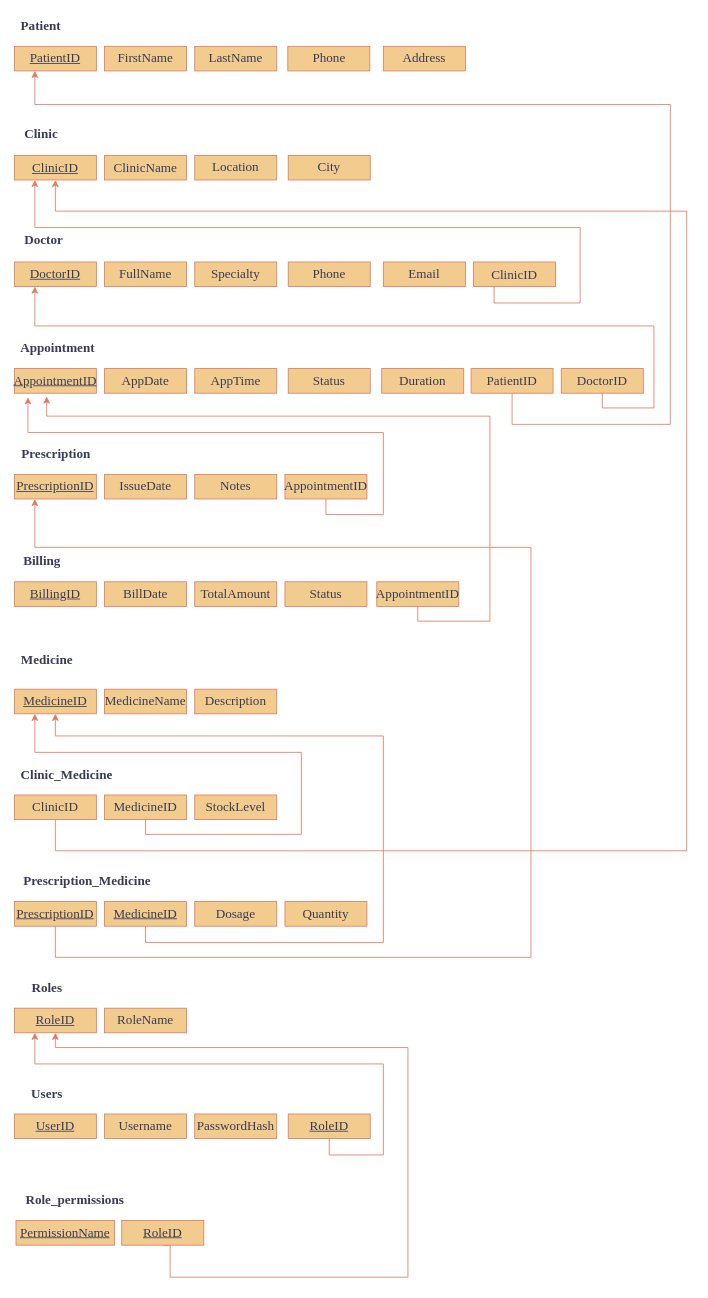
This is page "Page-13" (14 of 16) of Untitled Diagram.drawio from FatimahAli313/Project_1, a draw.io file, before an edit. Source tidied: cells renumbered, new cells numbered last; positions are measured from the earlier drawing's top-left corner, leaving out a move shared by most shapes. Both pictures are drawn from the tidied source at 82%, with x=0, y=0 at pixel (14, 14).
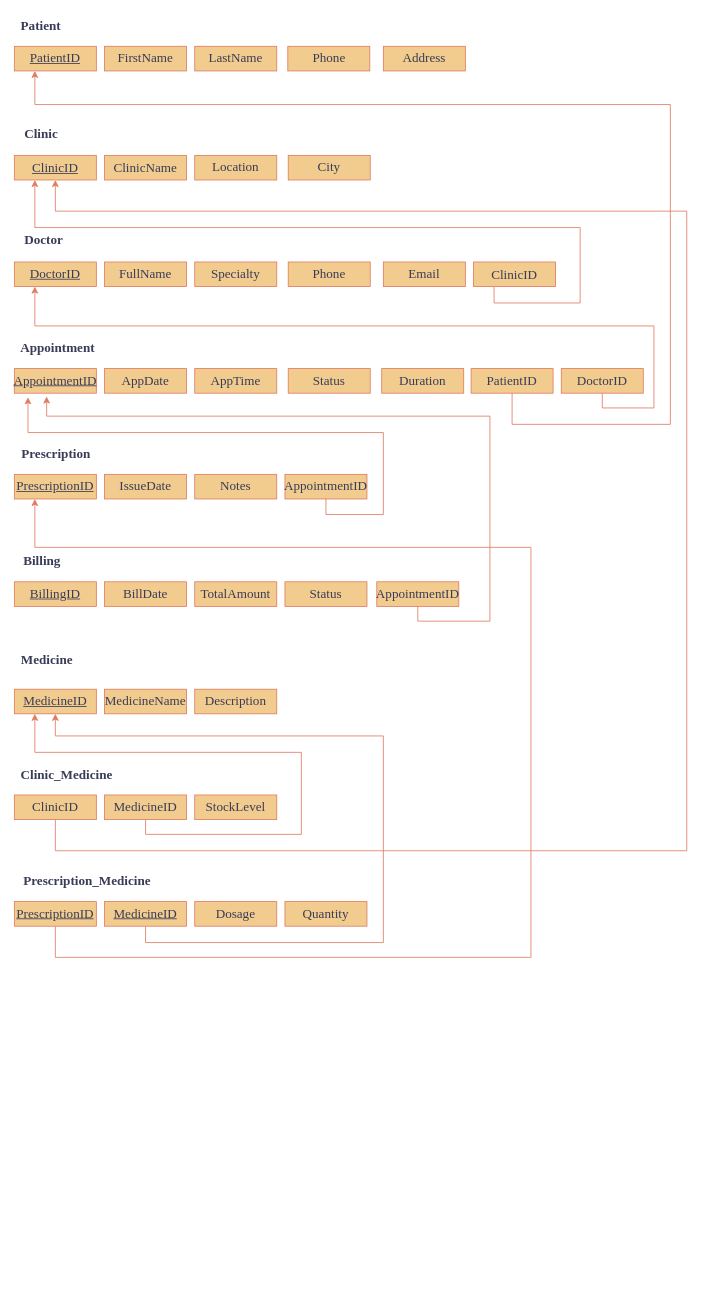
The same page after the edit.

What changed in the source:
```diff
@@
-    <mxCell id="51" value="&lt;p class=&quot;MsoNormal&quot; style=&quot;line-height:107%&quot;&gt;&lt;span style=&quot;font-size: 12pt; line-height: 140%; font-family: &amp;quot;Times New Roman&amp;quot;, serif;&quot;&gt;&lt;u&gt;UserID&lt;/u&gt;&lt;/span&gt;&lt;/p&gt;" style="rounded=0;whiteSpace=wrap;html=1;labelBackgroundColor=none;fillColor=#F2CC8F;strokeColor=#E07A5F;fontColor=#393C56;" parent="1" vertex="1">
-      <mxGeometry y="1341" width="100" height="30" as="geometry" />
-    </mxCell>
-    <mxCell id="52" value="&lt;p class=&quot;MsoNormal&quot; style=&quot;line-height:107%&quot;&gt;&lt;span style=&quot;font-size: 12pt; line-height: 140%; font-family: &amp;quot;Times New Roman&amp;quot;, serif;&quot;&gt;PasswordHash&lt;/span&gt;&lt;/p&gt;" style="rounded=0;whiteSpace=wrap;html=1;labelBackgroundColor=none;fillColor=#F2CC8F;strokeColor=#E07A5F;fontColor=#393C56;" parent="1" vertex="1">
-      <mxGeometry x="220" y="1341" width="100" height="30" as="geometry" />
-    </mxCell>
-    <mxCell id="53" style="edgeStyle=orthogonalEdgeStyle;rounded=0;jettySize=auto;html=1;exitX=0.5;exitY=1;exitDx=0;exitDy=0;entryX=0.25;entryY=1;entryDx=0;entryDy=0;labelBackgroundColor=none;strokeColor=#E07A5F;fontColor=default;" parent="1" edge="1" source="54" target="62">
-      <mxGeometry relative="1" as="geometry">
-        <Array as="points">
-          <mxPoint x="384" y="1391" />
-          <mxPoint x="450" y="1391" />
-          <mxPoint x="450" y="1280" />
-          <mxPoint x="25" y="1280" />
-        </Array>
-      </mxGeometry>
-    </mxCell>
-    <mxCell id="54" value="&lt;p class=&quot;MsoNormal&quot; style=&quot;line-height:107%&quot;&gt;&lt;span style=&quot;font-size: 12pt; line-height: 140%; font-family: &amp;quot;Times New Roman&amp;quot;, serif;&quot;&gt;&lt;u&gt;RoleID&lt;/u&gt;&lt;/span&gt;&lt;/p&gt;" style="rounded=0;whiteSpace=wrap;html=1;labelBackgroundColor=none;fillColor=#F2CC8F;strokeColor=#E07A5F;fontColor=#393C56;" parent="1" vertex="1">
-      <mxGeometry x="334" y="1341" width="100" height="30" as="geometry" />
-    </mxCell>
-    <mxCell id="55" value="&lt;p class=&quot;MsoNormal&quot; style=&quot;line-height:107%&quot;&gt;&lt;span style=&quot;font-size: 12pt; line-height: 140%; font-family: &amp;quot;Times New Roman&amp;quot;, serif;&quot;&gt;Username&lt;/span&gt;&lt;/p&gt;" style="rounded=0;whiteSpace=wrap;html=1;labelBackgroundColor=none;fillColor=#F2CC8F;strokeColor=#E07A5F;fontColor=#393C56;" parent="1" vertex="1">
-      <mxGeometry x="110" y="1341" width="100" height="30" as="geometry" />
-    </mxCell>
-    <mxCell id="56" value="&lt;font face=&quot;Times New Roman, serif&quot;&gt;&lt;span style=&quot;font-size: 16px;&quot;&gt;&lt;b&gt;Users&lt;/b&gt;&lt;/span&gt;&lt;/font&gt;" style="text;html=1;whiteSpace=wrap;strokeColor=none;fillColor=none;align=center;verticalAlign=middle;rounded=0;labelBackgroundColor=none;fontColor=#393C56;" parent="1" vertex="1">
-      <mxGeometry x="10" y="1301" width="60" height="30" as="geometry" />
-    </mxCell>
-    <mxCell id="57" value="&lt;span style=&quot;font-size: 12pt; line-height: 140%; font-family: &amp;quot;Times New Roman&amp;quot;, serif;&quot;&gt;&lt;b&gt;Role_permissions&lt;/b&gt;&lt;/span&gt;" style="text;html=1;whiteSpace=wrap;strokeColor=none;fillColor=none;align=center;verticalAlign=middle;rounded=0;labelBackgroundColor=none;fontColor=#393C56;" parent="1" vertex="1">
-      <mxGeometry x="9" y="1431" width="130" height="30" as="geometry" />
-    </mxCell>
-    <mxCell id="58" style="edgeStyle=orthogonalEdgeStyle;rounded=0;jettySize=auto;html=1;exitX=0.5;exitY=1;exitDx=0;exitDy=0;labelBackgroundColor=none;strokeColor=#E07A5F;fontColor=default;" parent="1" edge="1" source="59" target="62">
-      <mxGeometry relative="1" as="geometry">
-        <Array as="points">
-          <mxPoint x="190" y="1501" />
-          <mxPoint x="190" y="1540" />
-          <mxPoint x="480" y="1540" />
-          <mxPoint x="480" y="1260" />
-          <mxPoint x="50" y="1260" />
-        </Array>
-      </mxGeometry>
-    </mxCell>
-    <mxCell id="59" value="&lt;p class=&quot;MsoNormal&quot; style=&quot;line-height:107%&quot;&gt;&lt;span style=&quot;font-size: 12pt; line-height: 140%; font-family: &amp;quot;Times New Roman&amp;quot;, serif;&quot;&gt;&lt;u&gt;RoleID&lt;/u&gt;&lt;/span&gt;&lt;/p&gt;" style="rounded=0;whiteSpace=wrap;html=1;labelBackgroundColor=none;fillColor=#F2CC8F;strokeColor=#E07A5F;fontColor=#393C56;" parent="1" vertex="1">
-      <mxGeometry x="131" y="1471" width="100" height="30" as="geometry" />
-    </mxCell>
-    <mxCell id="60" value="&lt;p class=&quot;MsoNormal&quot; style=&quot;line-height:107%&quot;&gt;&lt;span style=&quot;font-size: 12pt; line-height: 140%; font-family: &amp;quot;Times New Roman&amp;quot;, serif;&quot;&gt;&lt;u&gt;PermissionName&lt;/u&gt;&lt;/span&gt;&lt;/p&gt;" style="rounded=0;whiteSpace=wrap;html=1;labelBackgroundColor=none;fillColor=#F2CC8F;strokeColor=#E07A5F;fontColor=#393C56;" parent="1" vertex="1">
-      <mxGeometry x="2" y="1471" width="120" height="30" as="geometry" />
-    </mxCell>
-    <mxCell id="61" value="&lt;b style=&quot;font-family: &amp;quot;Times New Roman&amp;quot;, serif; font-size: 16px;&quot;&gt;Roles&lt;/b&gt;" style="text;html=1;whiteSpace=wrap;strokeColor=none;fillColor=none;align=center;verticalAlign=middle;rounded=0;labelBackgroundColor=none;fontColor=#393C56;" parent="1" vertex="1">
-      <mxGeometry x="10" y="1172" width="60" height="30" as="geometry" />
-    </mxCell>
-    <mxCell id="62" value="&lt;p class=&quot;MsoNormal&quot; style=&quot;line-height:107%&quot;&gt;&lt;span style=&quot;font-size: 12pt; line-height: 140%; font-family: &amp;quot;Times New Roman&amp;quot;, serif;&quot;&gt;&lt;u&gt;RoleID&lt;/u&gt;&lt;/span&gt;&lt;/p&gt;" style="rounded=0;whiteSpace=wrap;html=1;labelBackgroundColor=none;fillColor=#F2CC8F;strokeColor=#E07A5F;fontColor=#393C56;" parent="1" vertex="1">
-      <mxGeometry y="1212" width="100" height="30" as="geometry" />
-    </mxCell>
-    <mxCell id="63" value="&lt;p class=&quot;MsoNormal&quot; style=&quot;line-height:107%&quot;&gt;&lt;span style=&quot;font-size: 12pt; line-height: 140%; font-family: &amp;quot;Times New Roman&amp;quot;, serif;&quot;&gt;RoleName&lt;/span&gt;&lt;/p&gt;" style="rounded=0;whiteSpace=wrap;html=1;labelBackgroundColor=none;fillColor=#F2CC8F;strokeColor=#E07A5F;fontColor=#393C56;" parent="1" vertex="1">
-      <mxGeometry x="110" y="1212" width="100" height="30" as="geometry" />
-    </mxCell>
```
